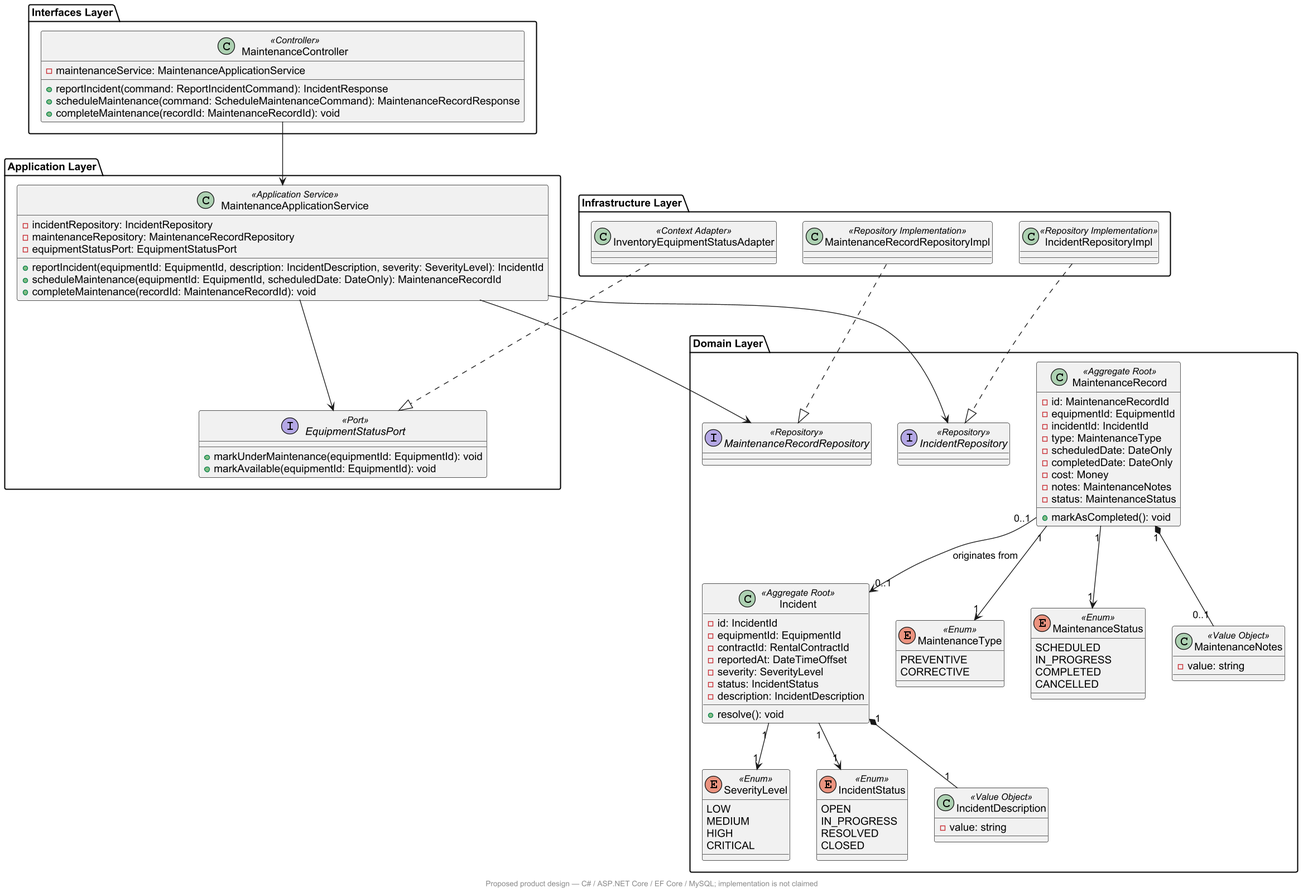
upc-pre-202620-1asi0730-8093-dataflux/dataflux-project-report keeps this PlantUML diagram as assets/tb1-reference-design/class-diagram-maintenance.png. Above is the earlier version. The source it was exported from:
```plantuml
@startuml
skinparam backgroundColor white
skinparam shadowing false
skinparam defaultFontName Arial
skinparam dpi 130
package "Interfaces Layer" {
  class MaintenanceController <<Controller>> {
    - maintenanceService: MaintenanceApplicationService
    + reportIncident(command: ReportIncidentCommand): IncidentResponse
    + scheduleMaintenance(command: ScheduleMaintenanceCommand): MaintenanceRecordResponse
    + completeMaintenance(recordId: MaintenanceRecordId): void
  }
}

package "Application Layer" {
  class MaintenanceApplicationService <<Application Service>> {
    - incidentRepository: IncidentRepository
    - maintenanceRepository: MaintenanceRecordRepository
    - equipmentStatusPort: EquipmentStatusPort
    + reportIncident(equipmentId: EquipmentId, description: IncidentDescription, severity: SeverityLevel): IncidentId
    + scheduleMaintenance(equipmentId: EquipmentId, scheduledDate: DateOnly): MaintenanceRecordId
    + completeMaintenance(recordId: MaintenanceRecordId): void
  }

  interface EquipmentStatusPort <<Port>> {
    + markUnderMaintenance(equipmentId: EquipmentId): void
    + markAvailable(equipmentId: EquipmentId): void
  }
}

package "Infrastructure Layer" {
  class IncidentRepositoryImpl <<Repository Implementation>>
  class MaintenanceRecordRepositoryImpl <<Repository Implementation>>
  class InventoryEquipmentStatusAdapter <<Context Adapter>>
}

package "Domain Layer" {
  class Incident <<Aggregate Root>> {
    - id: IncidentId
    - equipmentId: EquipmentId
    - contractId: RentalContractId
    - reportedAt: DateTimeOffset
    - severity: SeverityLevel
    - status: IncidentStatus
    - description: IncidentDescription
    + resolve(): void
  }

  class MaintenanceRecord <<Aggregate Root>> {
    - id: MaintenanceRecordId
    - equipmentId: EquipmentId
    - incidentId: IncidentId
    - type: MaintenanceType
    - scheduledDate: DateOnly
    - completedDate: DateOnly
    - cost: Money
    - notes: MaintenanceNotes
    - status: MaintenanceStatus
    + markAsCompleted(): void
  }

  enum SeverityLevel <<Enum>> {
    LOW
    MEDIUM
    HIGH
    CRITICAL
  }

  enum IncidentStatus <<Enum>> {
    OPEN
    IN_PROGRESS
    RESOLVED
    CLOSED
  }

  enum MaintenanceType <<Enum>> {
    PREVENTIVE
    CORRECTIVE
  }

  enum MaintenanceStatus <<Enum>> {
    SCHEDULED
    IN_PROGRESS
    COMPLETED
    CANCELLED
  }

  class IncidentDescription <<Value Object>> {
    - value: string
  }
  class MaintenanceNotes <<Value Object>> {
    - value: string
  }

  interface IncidentRepository <<Repository>>
  interface MaintenanceRecordRepository <<Repository>>
}

MaintenanceController --> MaintenanceApplicationService
MaintenanceApplicationService --> IncidentRepository
MaintenanceApplicationService --> MaintenanceRecordRepository
MaintenanceApplicationService --> EquipmentStatusPort

IncidentRepositoryImpl ..|> IncidentRepository
MaintenanceRecordRepositoryImpl ..|> MaintenanceRecordRepository
InventoryEquipmentStatusAdapter ..|> EquipmentStatusPort

Incident "1" --> "1" SeverityLevel
Incident "1" --> "1" IncidentStatus
Incident "1" *-- "1" IncidentDescription
MaintenanceRecord "1" --> "1" MaintenanceType
MaintenanceRecord "1" --> "1" MaintenanceStatus
MaintenanceRecord "1" *-- "0..1" MaintenanceNotes
MaintenanceRecord "0..1" --> "0..1" Incident : originates from
footer Proposed product design — C# / ASP.NET Core / EF Core / MySQL; implementation is not claimed
@enduml
```
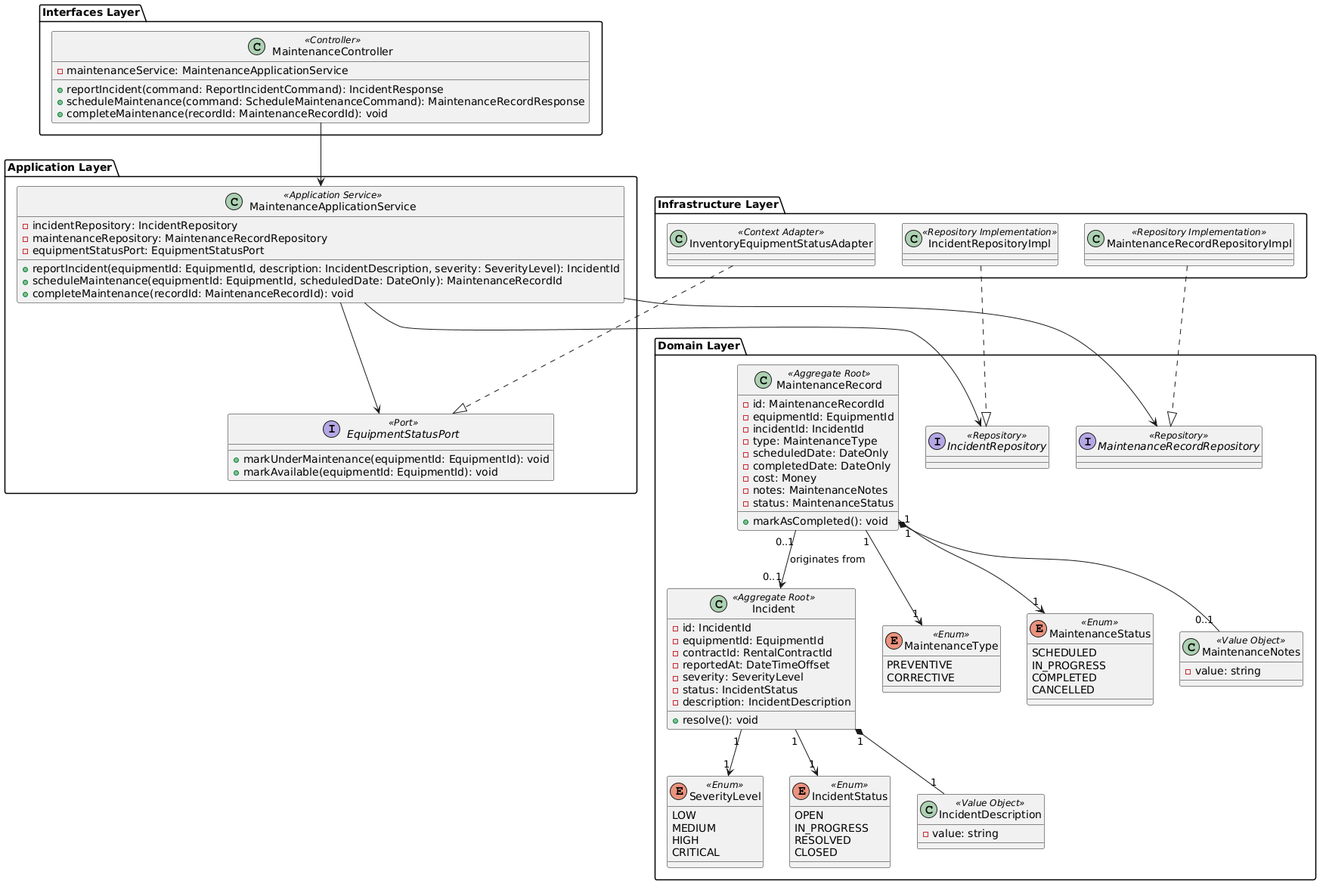
After the commit.

Commit message:
fix(architecture): restore original class models with C# types

What changed in the source:
```diff
@@ -1,8 +1,5 @@
 @startuml
-skinparam backgroundColor white
-skinparam shadowing false
-skinparam defaultFontName Arial
-skinparam dpi 130
+skinparam defaultFontName "DejaVu Sans"
 package "Interfaces Layer" {
   class MaintenanceController <<Controller>> {
     - maintenanceService: MaintenanceApplicationService
@@ -112,5 +109,10 @@
 MaintenanceRecord "1" --> "1" MaintenanceStatus
 MaintenanceRecord "1" *-- "0..1" MaintenanceNotes
 MaintenanceRecord "0..1" --> "0..1" Incident : originates from
-footer Proposed product design — C# / ASP.NET Core / EF Core / MySQL; implementation is not claimed
+
+MaintenanceApplicationService -right[hidden]-> InventoryEquipmentStatusAdapter
+MaintenanceRecord -right[hidden]-> IncidentRepository
+IncidentRepository -right[hidden]-> MaintenanceRecordRepository
+InventoryEquipmentStatusAdapter -right[hidden]-> IncidentRepositoryImpl
+IncidentRepositoryImpl -right[hidden]-> MaintenanceRecordRepositoryImpl
 @enduml
```
